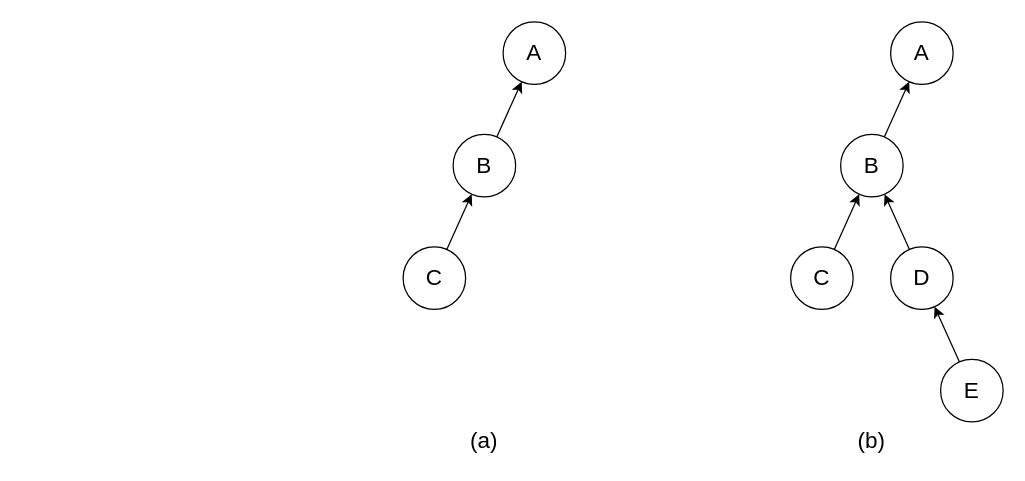
SINTEF/dlite keeps this draw.io diagram as page "snapshots" (1 of 2) of doc/figs/transactions.drawio. Above is the earlier version. Source tidied: cells renumbered, new cells numbered last; positions are measured from the earlier drawing's top-left corner, leaving out a move shared by most shapes. Both pictures are drawn from the tidied source at 125%, with x=0, y=0 at pixel (402, 21).
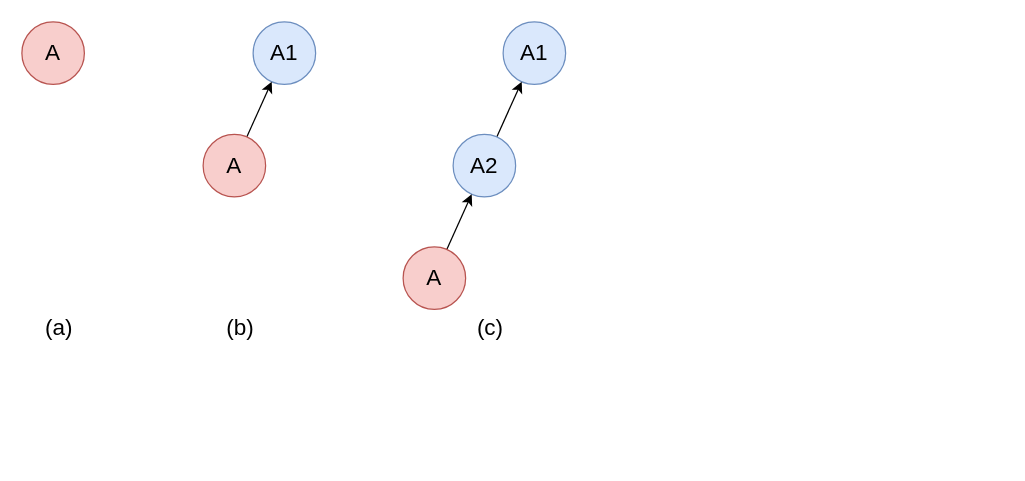
After the change.

What changed in the source:
```diff
@@
 <mxGraphModel>
   <root>
     <mxCell id="0" />
     <mxCell id="1" parent="0" />
-    <mxCell id="2" value="&lt;font style=&quot;font-size: 18px&quot;&gt;A&lt;/font&gt;" style="ellipse;whiteSpace=wrap;html=1;" parent="1" vertex="1">
+    <mxCell id="2" value="&lt;font style=&quot;font-size: 18px&quot;&gt;A1&lt;/font&gt;" style="ellipse;whiteSpace=wrap;html=1;fillColor=#dae8fc;strokeColor=#6c8ebf;" parent="1" vertex="1">
       <mxGeometry x="80" width="50" height="50" as="geometry" />
     </mxCell>
     <mxCell id="3" style="edgeStyle=none;rounded=0;jettySize=auto;html=1;fontSize=18;" parent="1" edge="1" source="4" target="2">
       <mxGeometry relative="1" as="geometry" />
     </mxCell>
-    <mxCell id="4" value="&lt;font style=&quot;font-size: 18px&quot;&gt;B&lt;/font&gt;" style="ellipse;whiteSpace=wrap;html=1;" parent="1" vertex="1">
+    <mxCell id="4" value="&lt;font style=&quot;font-size: 18px&quot;&gt;A2&lt;/font&gt;" style="ellipse;whiteSpace=wrap;html=1;fillColor=#dae8fc;strokeColor=#6c8ebf;" parent="1" vertex="1">
       <mxGeometry x="40" y="90" width="50" height="50" as="geometry" />
     </mxCell>
     <mxCell id="5" style="edgeStyle=none;rounded=0;jettySize=auto;html=1;fontSize=18;" parent="1" edge="1" source="6" target="4">
       <mxGeometry relative="1" as="geometry" />
     </mxCell>
-    <mxCell id="6" value="&lt;font style=&quot;font-size: 18px&quot;&gt;C&lt;/font&gt;" style="ellipse;whiteSpace=wrap;html=1;" parent="1" vertex="1">
+    <mxCell id="6" value="&lt;font style=&quot;font-size: 18px&quot;&gt;A&lt;/font&gt;" style="ellipse;whiteSpace=wrap;html=1;fillColor=#f8cecc;strokeColor=#b85450;" parent="1" vertex="1">
       <mxGeometry y="180" width="50" height="50" as="geometry" />
     </mxCell>
-    <mxCell id="7" value="&lt;font style=&quot;font-size: 18px&quot;&gt;A&lt;/font&gt;" style="ellipse;whiteSpace=wrap;html=1;" parent="1" vertex="1">
-      <mxGeometry x="390" width="50" height="50" as="geometry" />
-    </mxCell>
-    <mxCell id="8" style="edgeStyle=none;rounded=0;jettySize=auto;html=1;fontSize=18;" parent="1" edge="1" source="9" target="7">
-      <mxGeometry relative="1" as="geometry" />
-    </mxCell>
-    <mxCell id="9" value="&lt;font style=&quot;font-size: 18px&quot;&gt;B&lt;/font&gt;" style="ellipse;whiteSpace=wrap;html=1;" parent="1" vertex="1">
-      <mxGeometry x="350" y="90" width="50" height="50" as="geometry" />
-    </mxCell>
-    <mxCell id="10" style="edgeStyle=none;rounded=0;jettySize=auto;html=1;fontSize=18;" parent="1" edge="1" source="11" target="9">
-      <mxGeometry relative="1" as="geometry" />
-    </mxCell>
-    <mxCell id="11" value="&lt;font style=&quot;font-size: 18px&quot;&gt;C&lt;/font&gt;" style="ellipse;whiteSpace=wrap;html=1;" parent="1" vertex="1">
-      <mxGeometry x="310" y="180" width="50" height="50" as="geometry" />
-    </mxCell>
-    <mxCell id="12" style="edgeStyle=none;rounded=0;jettySize=auto;html=1;fontSize=18;" parent="1" edge="1" source="13" target="9">
-      <mxGeometry relative="1" as="geometry" />
-    </mxCell>
-    <mxCell id="13" value="&lt;font style=&quot;font-size: 18px&quot;&gt;D&lt;/font&gt;" style="ellipse;whiteSpace=wrap;html=1;" parent="1" vertex="1">
-      <mxGeometry x="390" y="180" width="50" height="50" as="geometry" />
-    </mxCell>
-    <mxCell id="14" style="edgeStyle=none;rounded=0;jettySize=auto;html=1;fontSize=18;" parent="1" edge="1" source="15" target="13">
-      <mxGeometry relative="1" as="geometry" />
-    </mxCell>
-    <mxCell id="15" value="&lt;font style=&quot;font-size: 18px&quot;&gt;E&lt;/font&gt;" style="ellipse;whiteSpace=wrap;html=1;" parent="1" vertex="1">
-      <mxGeometry x="430" y="270" width="50" height="50" as="geometry" />
-    </mxCell>
-    <mxCell id="16" value="(a)" style="text;html=1;strokeColor=none;fillColor=none;align=center;verticalAlign=middle;whiteSpace=wrap;rounded=0;fontSize=18;" parent="1" vertex="1">
-      <mxGeometry x="35" y="320" width="60" height="30" as="geometry" />
+    <mxCell id="16" value="(c)" style="text;html=1;strokeColor=none;fillColor=none;align=center;verticalAlign=middle;whiteSpace=wrap;rounded=0;fontSize=18;" parent="1" vertex="1">
+      <mxGeometry x="40" y="230" width="60" height="30" as="geometry" />
     </mxCell>
+    <mxCell id="18" value="&lt;font style=&quot;font-size: 18px&quot;&gt;A1&lt;/font&gt;" style="ellipse;whiteSpace=wrap;html=1;fillColor=#dae8fc;strokeColor=#6c8ebf;" parent="1" vertex="1">
+      <mxGeometry x="-120" width="50" height="50" as="geometry" />
+    </mxCell>
+    <mxCell id="19" style="edgeStyle=none;rounded=0;jettySize=auto;html=1;fontSize=18;" parent="1" edge="1" source="20" target="18">
+      <mxGeometry relative="1" as="geometry" />
+    </mxCell>
+    <mxCell id="20" value="&lt;font style=&quot;font-size: 18px&quot;&gt;A&lt;/font&gt;" style="ellipse;whiteSpace=wrap;html=1;fillColor=#f8cecc;strokeColor=#b85450;" parent="1" vertex="1">
+      <mxGeometry x="-160" y="90" width="50" height="50" as="geometry" />
+    </mxCell>
     <mxCell id="17" value="(b)" style="text;html=1;strokeColor=none;fillColor=none;align=center;verticalAlign=middle;whiteSpace=wrap;rounded=0;fontSize=18;" parent="1" vertex="1">
-      <mxGeometry x="345" y="320" width="60" height="30" as="geometry" />
+      <mxGeometry x="-160" y="230" width="60" height="30" as="geometry" />
     </mxCell>
+    <mxCell id="21" value="&lt;font style=&quot;font-size: 18px&quot;&gt;A&lt;/font&gt;" style="ellipse;whiteSpace=wrap;html=1;fillColor=#f8cecc;strokeColor=#b85450;" parent="1" vertex="1">
+      <mxGeometry x="-305" width="50" height="50" as="geometry" />
+    </mxCell>
+    <mxCell id="22" value="(a)" style="text;html=1;strokeColor=none;fillColor=none;align=center;verticalAlign=middle;whiteSpace=wrap;rounded=0;fontSize=18;" parent="1" vertex="1">
+      <mxGeometry x="-305" y="230" width="60" height="30" as="geometry" />
+    </mxCell>
   </root>
 </mxGraphModel>
```
